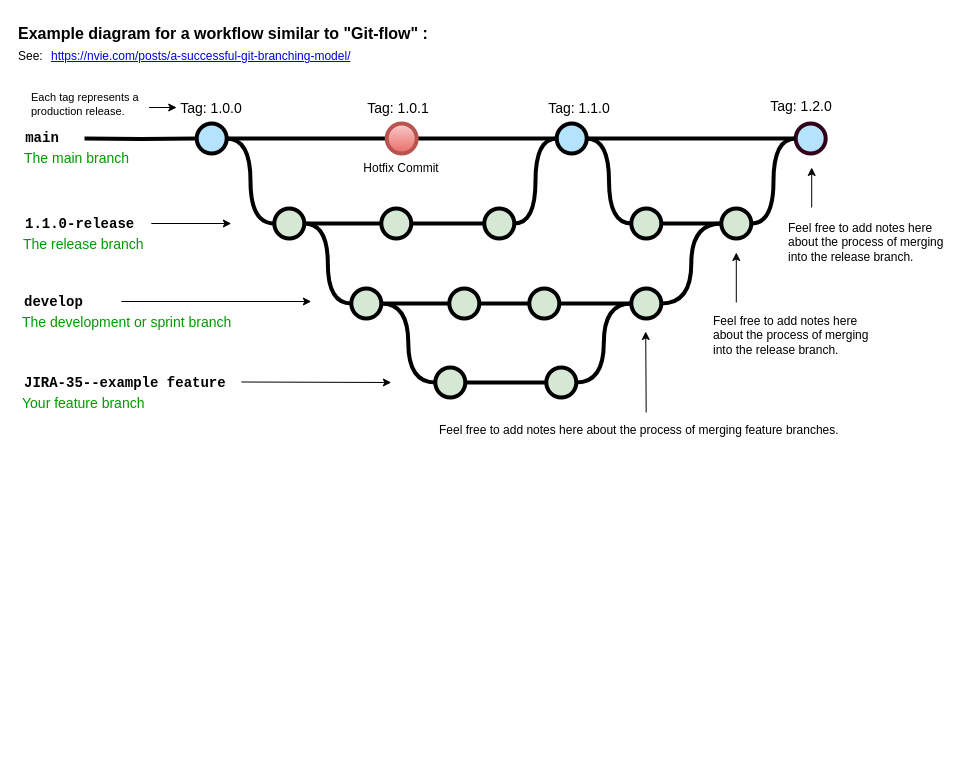
Earlier version of the draw.io diagram Untitled Diagram.drawio (lamingic/SI-IDID). Source tidied: cells renumbered, new cells numbered last; positions are measured from the earlier drawing's top-left corner, leaving out a move shared by most shapes. Both pictures are drawn from the tidied source at 100%, with x=0, y=0 at pixel (16, 17).
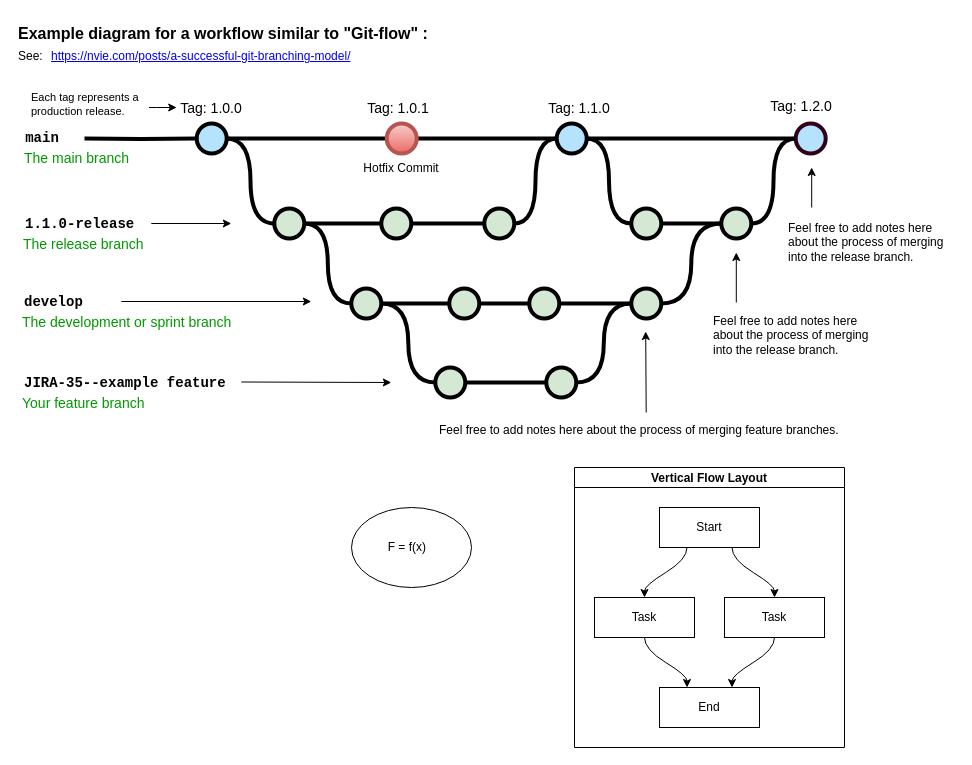
The same diagram, later.

The edit, as a diff of the source:
```diff
@@
+    <mxCell id="63" value="F = f(x)&lt;span style=&quot;font-size: 10px&quot;&gt;&amp;nbsp; &amp;nbsp;&lt;/span&gt;" style="ellipse;whiteSpace=wrap;html=1;" parent="1" vertex="1">
+      <mxGeometry x="335" y="490" width="120" height="80" as="geometry" />
+    </mxCell>
+    <mxCell id="64" value="Vertical Flow Layout" style="swimlane;startSize=20;horizontal=1;flowOrientation=north;interRankCellSpacing=50;containerType=tree;" parent="1" vertex="1">
+      <mxGeometry x="558" y="450" width="270" height="280" as="geometry" />
+    </mxCell>
+    <mxCell id="65" value="Start" style="whiteSpace=wrap;html=1;" parent="64" vertex="1">
+      <mxGeometry x="85" y="40" width="100" height="40" as="geometry" />
+    </mxCell>
+    <mxCell id="66" value="Task" style="whiteSpace=wrap;html=1;" parent="64" vertex="1">
+      <mxGeometry x="20" y="130" width="100" height="40" as="geometry" />
+    </mxCell>
+    <mxCell id="67" style="html=1;curved=1;rounded=0;noEdgeStyle=1;orthogonal=1;" parent="64" edge="1" source="65" target="66">
+      <mxGeometry relative="1" as="geometry">
+        <Array as="points">
+          <mxPoint x="112.5" y="92" />
+          <mxPoint x="70" y="118" />
+        </Array>
+      </mxGeometry>
+    </mxCell>
+    <mxCell id="68" value="Task" style="whiteSpace=wrap;html=1;" parent="64" vertex="1">
+      <mxGeometry x="150" y="130" width="100" height="40" as="geometry" />
+    </mxCell>
+    <mxCell id="69" style="html=1;curved=1;rounded=0;noEdgeStyle=1;orthogonal=1;" parent="64" edge="1" source="65" target="68">
+      <mxGeometry relative="1" as="geometry">
+        <Array as="points">
+          <mxPoint x="157.5" y="92" />
+          <mxPoint x="200" y="118" />
+        </Array>
+      </mxGeometry>
+    </mxCell>
+    <mxCell id="70" value="End" style="whiteSpace=wrap;html=1;" parent="64" vertex="1">
+      <mxGeometry x="85" y="220" width="100" height="40" as="geometry" />
+    </mxCell>
+    <mxCell id="71" style="html=1;curved=1;rounded=0;noEdgeStyle=1;orthogonal=1;" parent="64" edge="1" source="66" target="70">
+      <mxGeometry relative="1" as="geometry">
+        <Array as="points">
+          <mxPoint x="70" y="182" />
+          <mxPoint x="112.5" y="208" />
+        </Array>
+      </mxGeometry>
+    </mxCell>
+    <mxCell id="72" style="html=1;curved=1;rounded=0;noEdgeStyle=1;orthogonal=1;" parent="64" edge="1" source="68" target="70">
+      <mxGeometry relative="1" as="geometry">
+        <Array as="points">
+          <mxPoint x="200" y="182" />
+          <mxPoint x="157.5" y="208" />
+        </Array>
+      </mxGeometry>
+    </mxCell>
```
